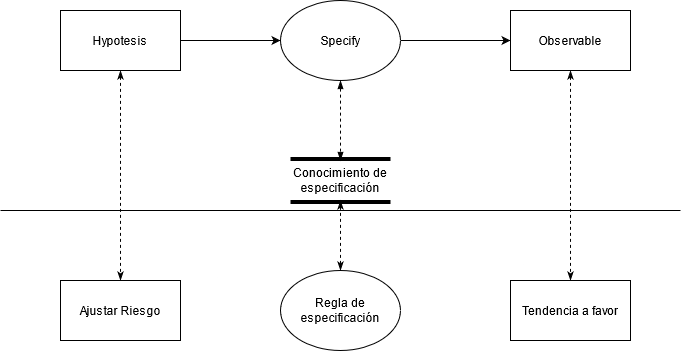
This is practica/imagenes/Specify.png from weltonvs/DSI, a draw.io export, as it was before one commit. Source tidied: cells renumbered, new cells last; positions are measured from the earlier drawing's top-left corner, leaving out a move shared by most shapes. Its diagram source:
```xml
<mxGraphModel>
  <root>
    <mxCell id="0" />
    <mxCell id="1" parent="0" />
    <mxCell id="2" style="edgeStyle=orthogonalEdgeStyle;rounded=0;jettySize=auto;html=1;" parent="1" edge="1" source="4" target="7">
      <mxGeometry relative="1" as="geometry" />
    </mxCell>
    <mxCell id="3" style="edgeStyle=orthogonalEdgeStyle;rounded=0;jettySize=auto;html=1;dashed=1;startArrow=classicThin;startFill=1;endArrow=classicThin;endFill=1;" parent="1" edge="1" source="4" target="11">
      <mxGeometry relative="1" as="geometry" />
    </mxCell>
    <mxCell id="4" value="Hypotesis" style="rounded=0;whiteSpace=wrap;html=1;" parent="1" vertex="1">
      <mxGeometry x="60" y="10" width="120" height="60" as="geometry" />
    </mxCell>
    <mxCell id="5" style="edgeStyle=orthogonalEdgeStyle;rounded=0;jettySize=auto;html=1;" parent="1" edge="1" source="7" target="9">
      <mxGeometry relative="1" as="geometry" />
    </mxCell>
    <mxCell id="6" style="edgeStyle=orthogonalEdgeStyle;rounded=0;jettySize=auto;html=1;dashed=1;startArrow=classicThin;startFill=1;exitX=0.5;exitY=1;exitDx=0;exitDy=0;endArrow=classicThin;endFill=1;" parent="1" edge="1" source="14" target="12">
      <mxGeometry relative="1" as="geometry" />
    </mxCell>
    <mxCell id="7" value="Specify" style="ellipse;whiteSpace=wrap;html=1;" parent="1" vertex="1">
      <mxGeometry x="280" width="120" height="80" as="geometry" />
    </mxCell>
    <mxCell id="8" style="edgeStyle=orthogonalEdgeStyle;rounded=0;jettySize=auto;html=1;dashed=1;startArrow=classicThin;startFill=1;endArrow=classicThin;endFill=1;" parent="1" edge="1" source="9" target="10">
      <mxGeometry relative="1" as="geometry" />
    </mxCell>
    <mxCell id="9" value="Observable" style="whiteSpace=wrap;html=1;" parent="1" vertex="1">
      <mxGeometry x="510" y="10" width="120" height="60" as="geometry" />
    </mxCell>
    <mxCell id="10" value="Tendencia a favor" style="whiteSpace=wrap;html=1;" parent="1" vertex="1">
      <mxGeometry x="510" y="280" width="120" height="60" as="geometry" />
    </mxCell>
    <mxCell id="11" value="&lt;div&gt;Ajustar Riesgo&lt;/div&gt;" style="rounded=0;whiteSpace=wrap;html=1;" parent="1" vertex="1">
      <mxGeometry x="60" y="280" width="120" height="60" as="geometry" />
    </mxCell>
    <mxCell id="12" value="Regla de especificación " style="ellipse;whiteSpace=wrap;html=1;" parent="1" vertex="1">
      <mxGeometry x="280" y="270" width="120" height="80" as="geometry" />
    </mxCell>
    <mxCell id="13" style="shape=link;html=1;startArrow=open;startFill=0;width=40;strokeWidth=4;" parent="1" edge="1">
      <mxGeometry relative="1" as="geometry">
        <mxPoint x="290" y="180" as="sourcePoint" />
        <mxPoint x="390" y="180" as="targetPoint" />
      </mxGeometry>
    </mxCell>
    <mxCell id="14" value="Conocimiento de especificación" style="text;html=1;strokeColor=none;fillColor=none;align=center;verticalAlign=middle;whiteSpace=wrap;rounded=0;" parent="1" vertex="1">
      <mxGeometry x="290" y="160" width="100" height="40" as="geometry" />
    </mxCell>
    <mxCell id="15" style="edgeStyle=orthogonalEdgeStyle;rounded=0;jettySize=auto;html=1;dashed=1;startArrow=blockThin;startFill=1;exitX=0.5;exitY=1;exitDx=0;exitDy=0;entryX=0.5;entryY=0;entryDx=0;entryDy=0;endArrow=blockThin;endFill=1;" parent="1" edge="1" source="7" target="14">
      <mxGeometry relative="1" as="geometry" />
    </mxCell>
    <mxCell id="16" style="endArrow=none;html=1;strokeWidth=1;jumpSize=6;" parent="1" edge="1">
      <mxGeometry relative="1" as="geometry">
        <mxPoint y="210" as="sourcePoint" />
        <mxPoint x="680" y="210" as="targetPoint" />
      </mxGeometry>
    </mxCell>
  </root>
</mxGraphModel>
```
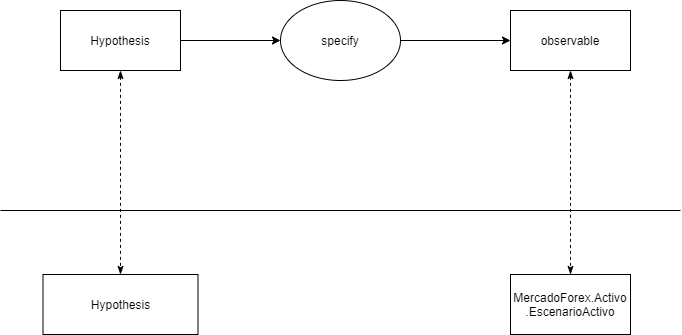
Above is the later version.

Commit message:
Modelo conocimiento. Falta la plantilla de la estructura inferencial

What changed in the source:
```diff
@@ -8,45 +8,27 @@
     <mxCell id="3" style="edgeStyle=orthogonalEdgeStyle;rounded=0;jettySize=auto;html=1;dashed=1;startArrow=classicThin;startFill=1;endArrow=classicThin;endFill=1;" parent="1" edge="1" source="4" target="11">
       <mxGeometry relative="1" as="geometry" />
     </mxCell>
-    <mxCell id="4" value="Hypotesis" style="rounded=0;whiteSpace=wrap;html=1;" parent="1" vertex="1">
+    <mxCell id="4" value="Hypothesis" style="rounded=0;whiteSpace=wrap;html=1;" parent="1" vertex="1">
       <mxGeometry x="60" y="10" width="120" height="60" as="geometry" />
     </mxCell>
     <mxCell id="5" style="edgeStyle=orthogonalEdgeStyle;rounded=0;jettySize=auto;html=1;" parent="1" edge="1" source="7" target="9">
       <mxGeometry relative="1" as="geometry" />
     </mxCell>
-    <mxCell id="6" style="edgeStyle=orthogonalEdgeStyle;rounded=0;jettySize=auto;html=1;dashed=1;startArrow=classicThin;startFill=1;exitX=0.5;exitY=1;exitDx=0;exitDy=0;endArrow=classicThin;endFill=1;" parent="1" edge="1" source="14" target="12">
-      <mxGeometry relative="1" as="geometry" />
-    </mxCell>
-    <mxCell id="7" value="Specify" style="ellipse;whiteSpace=wrap;html=1;" parent="1" vertex="1">
+    <mxCell id="7" value="specify" style="ellipse;whiteSpace=wrap;html=1;" parent="1" vertex="1">
       <mxGeometry x="280" width="120" height="80" as="geometry" />
     </mxCell>
     <mxCell id="8" style="edgeStyle=orthogonalEdgeStyle;rounded=0;jettySize=auto;html=1;dashed=1;startArrow=classicThin;startFill=1;endArrow=classicThin;endFill=1;" parent="1" edge="1" source="9" target="10">
       <mxGeometry relative="1" as="geometry" />
     </mxCell>
-    <mxCell id="9" value="Observable" style="whiteSpace=wrap;html=1;" parent="1" vertex="1">
+    <mxCell id="9" value="observable" style="whiteSpace=wrap;html=1;" parent="1" vertex="1">
       <mxGeometry x="510" y="10" width="120" height="60" as="geometry" />
     </mxCell>
-    <mxCell id="10" value="Tendencia a favor" style="whiteSpace=wrap;html=1;" parent="1" vertex="1">
-      <mxGeometry x="510" y="280" width="120" height="60" as="geometry" />
+    <mxCell id="10" value="MercadoForex.Activo&lt;br&gt;.EscenarioActivo" style="whiteSpace=wrap;html=1;" parent="1" vertex="1">
+      <mxGeometry x="510" y="274" width="120" height="60" as="geometry" />
     </mxCell>
-    <mxCell id="11" value="&lt;div&gt;Ajustar Riesgo&lt;/div&gt;" style="rounded=0;whiteSpace=wrap;html=1;" parent="1" vertex="1">
-      <mxGeometry x="60" y="280" width="120" height="60" as="geometry" />
+    <mxCell id="11" value="Hypothesis" style="rounded=0;whiteSpace=wrap;html=1;" parent="1" vertex="1">
+      <mxGeometry x="42.5" y="274" width="155" height="60" as="geometry" />
     </mxCell>
-    <mxCell id="12" value="Regla de especificación " style="ellipse;whiteSpace=wrap;html=1;" parent="1" vertex="1">
-      <mxGeometry x="280" y="270" width="120" height="80" as="geometry" />
-    </mxCell>
-    <mxCell id="13" style="shape=link;html=1;startArrow=open;startFill=0;width=40;strokeWidth=4;" parent="1" edge="1">
-      <mxGeometry relative="1" as="geometry">
-        <mxPoint x="290" y="180" as="sourcePoint" />
-        <mxPoint x="390" y="180" as="targetPoint" />
-      </mxGeometry>
-    </mxCell>
-    <mxCell id="14" value="Conocimiento de especificación" style="text;html=1;strokeColor=none;fillColor=none;align=center;verticalAlign=middle;whiteSpace=wrap;rounded=0;" parent="1" vertex="1">
-      <mxGeometry x="290" y="160" width="100" height="40" as="geometry" />
-    </mxCell>
-    <mxCell id="15" style="edgeStyle=orthogonalEdgeStyle;rounded=0;jettySize=auto;html=1;dashed=1;startArrow=blockThin;startFill=1;exitX=0.5;exitY=1;exitDx=0;exitDy=0;entryX=0.5;entryY=0;entryDx=0;entryDy=0;endArrow=blockThin;endFill=1;" parent="1" edge="1" source="7" target="14">
-      <mxGeometry relative="1" as="geometry" />
-    </mxCell>
     <mxCell id="16" style="endArrow=none;html=1;strokeWidth=1;jumpSize=6;" parent="1" edge="1">
       <mxGeometry relative="1" as="geometry">
         <mxPoint y="210" as="sourcePoint" />
```
